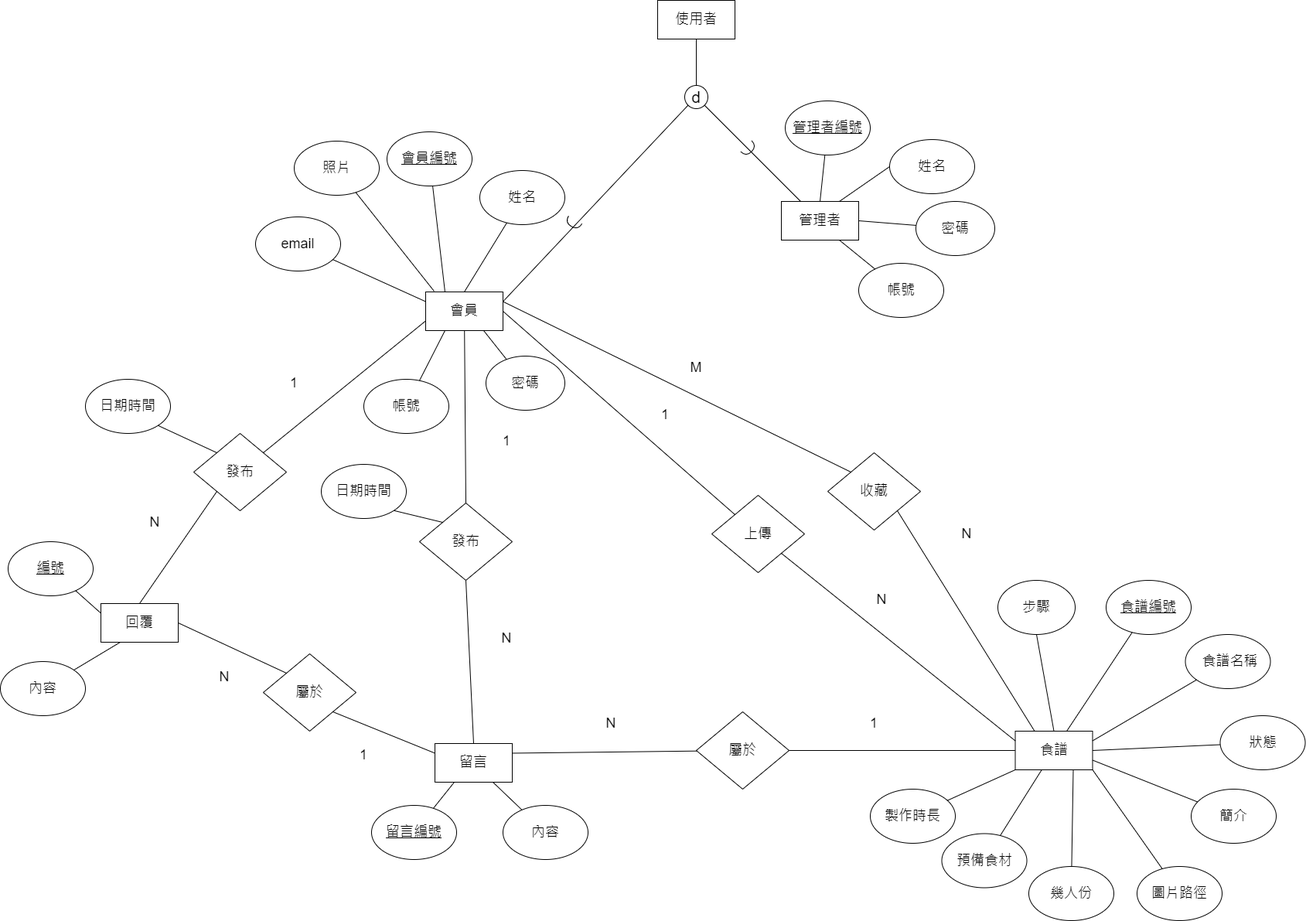
Before: public/img/資料表-Page-2.drawio.png, a diagram exported from draw.io (WISD-2021/final01). Source tidied: cells renumbered, new cells last; positions are measured from the earlier drawing's top-left corner, leaving out a move shared by most shapes.
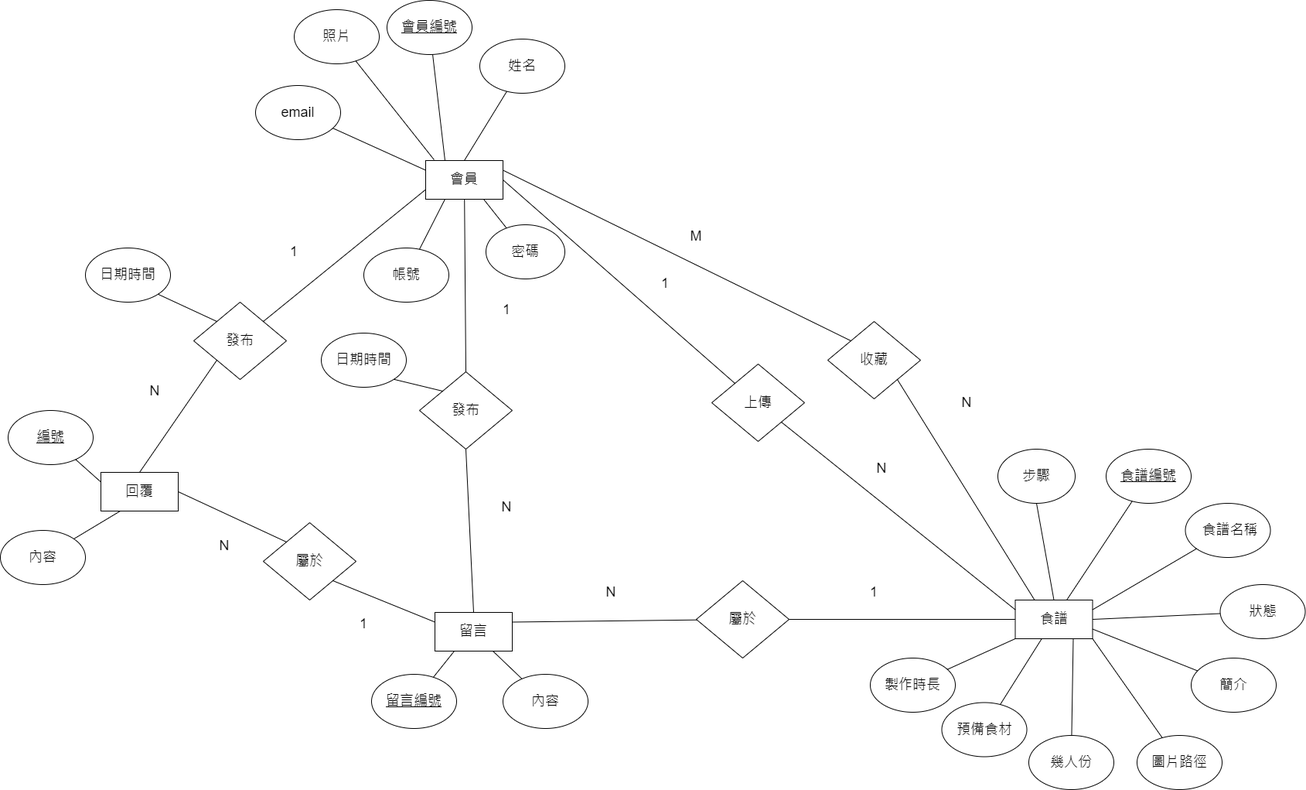
The same file after the commit.

Diff of the diagram source:
```diff
@@ -155,57 +155,6 @@
     <mxCell id="52" value="N" style="text;html=1;strokeColor=none;fillColor=none;align=center;verticalAlign=middle;whiteSpace=wrap;rounded=0;fontSize=18;" parent="1" vertex="1">
       <mxGeometry x="1220" y="675" width="60" height="30" as="geometry" />
     </mxCell>
-    <mxCell id="53" value="&lt;font style=&quot;font-size: 18px&quot;&gt;使用者&lt;/font&gt;" style="rounded=0;whiteSpace=wrap;html=1;" parent="1" vertex="1">
-      <mxGeometry x="850" width="100" height="50" as="geometry" />
-    </mxCell>
-    <mxCell id="54" value="&lt;font style=&quot;font-size: 18px&quot;&gt;管理者&lt;/font&gt;" style="rounded=0;whiteSpace=wrap;html=1;" parent="1" vertex="1">
-      <mxGeometry x="1010" y="260" width="100" height="50" as="geometry" />
-    </mxCell>
-    <mxCell id="55" value="&lt;u&gt;管理者編號&lt;/u&gt;" style="ellipse;whiteSpace=wrap;html=1;fontSize=18;" parent="1" vertex="1">
-      <mxGeometry x="1015" y="130" width="110" height="70" as="geometry" />
-    </mxCell>
-    <mxCell id="56" style="endArrow=none;html=1;rounded=0;fontSize=18;exitX=0.5;exitY=0;exitDx=0;exitDy=0;" parent="1" edge="1" source="54" target="55">
-      <mxGeometry relative="1" as="geometry" />
-    </mxCell>
-    <mxCell id="57" style="edgeStyle=orthogonalEdgeStyle;rounded=0;orthogonalLoop=1;jettySize=auto;html=1;exitX=0.5;exitY=1;exitDx=0;exitDy=0;fontSize=18;" parent="1" edge="1" source="53" target="53">
-      <mxGeometry relative="1" as="geometry" />
-    </mxCell>
-    <mxCell id="58" style="endArrow=none;html=1;rounded=0;fontSize=18;exitX=0.5;exitY=0;exitDx=0;exitDy=0;" parent="1" edge="1" source="59" target="53">
-      <mxGeometry relative="1" as="geometry" />
-    </mxCell>
-    <mxCell id="59" value="&lt;font style=&quot;font-size: 21px&quot;&gt;d&lt;/font&gt;" style="ellipse;whiteSpace=wrap;html=1;fontSize=18;" parent="1" vertex="1">
-      <mxGeometry x="885" y="110" width="30" height="30" as="geometry" />
-    </mxCell>
-    <mxCell id="60" style="endArrow=none;html=1;rounded=0;fontSize=21;entryX=1;entryY=1;entryDx=0;entryDy=0;exitX=0.25;exitY=0;exitDx=0;exitDy=0;" parent="1" edge="1" source="54" target="59">
-      <mxGeometry relative="1" as="geometry" />
-    </mxCell>
-    <mxCell id="61" style="endArrow=none;html=1;rounded=0;fontSize=21;entryX=0;entryY=1;entryDx=0;entryDy=0;exitX=1;exitY=0.25;exitDx=0;exitDy=0;" parent="1" edge="1" source="2" target="59">
-      <mxGeometry relative="1" as="geometry" />
-    </mxCell>
-    <mxCell id="62" value="姓名" style="ellipse;whiteSpace=wrap;html=1;fontSize=18;" parent="1" vertex="1">
-      <mxGeometry x="1150" y="180" width="110" height="70" as="geometry" />
-    </mxCell>
-    <mxCell id="63" style="endArrow=none;html=1;rounded=0;fontSize=18;exitX=0.75;exitY=0;exitDx=0;exitDy=0;entryX=0;entryY=0.5;entryDx=0;entryDy=0;" parent="1" edge="1" source="54" target="62">
-      <mxGeometry relative="1" as="geometry" />
-    </mxCell>
-    <mxCell id="64" value="帳號" style="ellipse;whiteSpace=wrap;html=1;fontSize=18;" parent="1" vertex="1">
-      <mxGeometry x="1110" y="340" width="110" height="70" as="geometry" />
-    </mxCell>
-    <mxCell id="65" style="endArrow=none;html=1;rounded=0;fontSize=18;exitX=0.75;exitY=1;exitDx=0;exitDy=0;" parent="1" edge="1" source="54" target="64">
-      <mxGeometry relative="1" as="geometry" />
-    </mxCell>
-    <mxCell id="66" value="密碼" style="ellipse;whiteSpace=wrap;html=1;fontSize=18;" parent="1" vertex="1">
-      <mxGeometry x="1184" y="260" width="102" height="70" as="geometry" />
-    </mxCell>
-    <mxCell id="67" style="endArrow=none;html=1;rounded=0;fontSize=18;exitX=1;exitY=0.5;exitDx=0;exitDy=0;" parent="1" edge="1" source="54" target="66">
-      <mxGeometry relative="1" as="geometry" />
-    </mxCell>
-    <mxCell id="68" style="shape=requiredInterface;html=1;verticalLabelPosition=bottom;sketch=0;fontSize=21;rotation=120;" parent="1" vertex="1">
-      <mxGeometry x="736" y="278" width="10" height="20" as="geometry" />
-    </mxCell>
-    <mxCell id="69" style="shape=requiredInterface;html=1;verticalLabelPosition=bottom;sketch=0;fontSize=21;rotation=45;" parent="1" vertex="1">
-      <mxGeometry x="963" y="182" width="10" height="20" as="geometry" />
-    </mxCell>
     <mxCell id="70" value="圖片路徑" style="ellipse;whiteSpace=wrap;html=1;fontSize=18;" parent="1" vertex="1">
       <mxGeometry x="1470" y="1120" width="110" height="70" as="geometry" />
     </mxCell>
```
